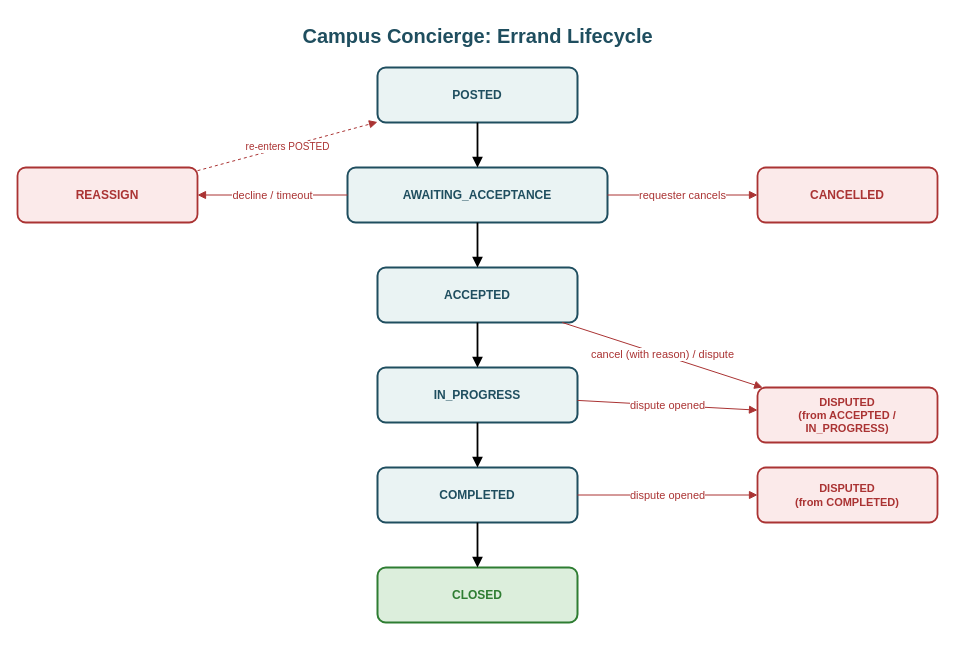
Earlier version of the draw.io diagram models/state/errand-lifecycle.drawio (kaelowadingalo1-sys/CampusConcierge-). Source tidied: cells renumbered, new cells numbered last; positions are measured from the earlier drawing's top-left corner, leaving out a move shared by most shapes. Both pictures are drawn from the tidied source at 100%, with x=0, y=0 at pixel (17, 17).
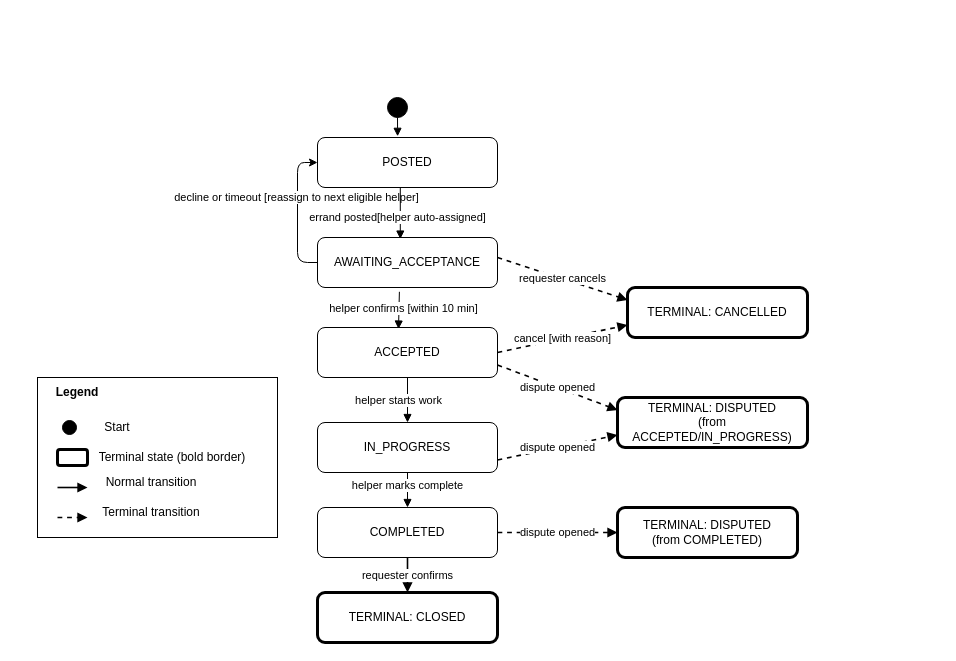
Above is the later version.

Commit message (it also covers changes not shown here):
Lab 3: functional requirements, acceptance criteria, quality scenarios, use case diagram

The edit, as a diff of the source:
```diff
@@
-    <mxCell id="2" value="Campus Concierge: Errand Lifecycle" style="text;html=1;fontSize=20;fontStyle=1;fontColor=#1F4E5F;align=center;" parent="1" vertex="1">
-      <mxGeometry x="240" width="440" height="30" as="geometry" />
-    </mxCell>
-    <mxCell id="3" value="POSTED" style="rounded=1;whiteSpace=wrap;html=1;fillColor=#EAF3F3;strokeColor=#1F4E5F;strokeWidth=2;fontStyle=1;fontColor=#1F4E5F;" parent="1" vertex="1">
-      <mxGeometry x="360" y="50" width="200" height="55" as="geometry" />
+    <mxCell id="3" value="POSTED" style="rounded=1;whiteSpace=wrap;html=1;" parent="1" vertex="1">
+      <mxGeometry x="300" y="120" width="180" height="50" as="geometry" />
     </mxCell>
+    <mxCell id="24" style="edgeStyle=orthogonalEdgeStyle;shape=wire;rounded=1;jettySize=auto;html=1;exitX=0;exitY=0.5;exitDx=0;exitDy=0;entryX=0;entryY=0.5;entryDx=0;entryDy=0;dashed=1;strokeColor=default;align=center;verticalAlign=middle;fontFamily=Helvetica;fontSize=11;fontColor=default;labelBackgroundColor=default;endArrow=classic;endFill=1;curved=0;" parent="1" edge="1" source="4" target="3">
+      <mxGeometry relative="1" as="geometry">
+        <Array as="points">
+          <mxPoint x="280" y="245" />
+          <mxPoint x="280" y="145" />
+        </Array>
+      </mxGeometry>
+    </mxCell>
+    <mxCell id="25" value="decline or timeout [reassign to next eligible helper]" style="edgeLabel;html=1;align=center;verticalAlign=middle;fontFamily=Helvetica;fontSize=11;fontColor=default;labelBackgroundColor=default;" parent="24" vertex="1">
+      <mxGeometry x="0.23" y="2" relative="1" as="geometry" />
+    </mxCell>
-    <mxCell id="4" value="AWAITING_ACCEPTANCE" style="rounded=1;whiteSpace=wrap;html=1;fillColor=#EAF3F3;strokeColor=#1F4E5F;strokeWidth=2;fontStyle=1;fontColor=#1F4E5F;" parent="1" vertex="1">
-      <mxGeometry x="330" y="150" width="260" height="55" as="geometry" />
+    <mxCell id="4" value="AWAITING_ACCEPTANCE" style="rounded=1;whiteSpace=wrap;html=1;" parent="1" vertex="1">
+      <mxGeometry x="300" y="220" width="180" height="50" as="geometry" />
     </mxCell>
-    <mxCell id="5" value="ACCEPTED" style="rounded=1;whiteSpace=wrap;html=1;fillColor=#EAF3F3;strokeColor=#1F4E5F;strokeWidth=2;fontStyle=1;fontColor=#1F4E5F;" parent="1" vertex="1">
-      <mxGeometry x="360" y="250" width="200" height="55" as="geometry" />
+    <mxCell id="5" value="ACCEPTED" style="rounded=1;whiteSpace=wrap;html=1;" parent="1" vertex="1">
+      <mxGeometry x="300" y="310" width="180" height="50" as="geometry" />
     </mxCell>
+    <mxCell id="7" value="COMPLETED" style="rounded=1;whiteSpace=wrap;html=1;" parent="1" vertex="1">
+      <mxGeometry x="300" y="490" width="180" height="50" as="geometry" />
+    </mxCell>
-    <mxCell id="6" value="IN_PROGRESS" style="rounded=1;whiteSpace=wrap;html=1;fillColor=#EAF3F3;strokeColor=#1F4E5F;strokeWidth=2;fontStyle=1;fontColor=#1F4E5F;" parent="1" vertex="1">
-      <mxGeometry x="360" y="350" width="200" height="55" as="geometry" />
+    <mxCell id="6" value="IN_PROGRESS" style="rounded=1;whiteSpace=wrap;html=1;" parent="1" vertex="1">
+      <mxGeometry x="300" y="405" width="180" height="50" as="geometry" />
     </mxCell>
-    <mxCell id="7" value="COMPLETED" style="rounded=1;whiteSpace=wrap;html=1;fillColor=#EAF3F3;strokeColor=#1F4E5F;strokeWidth=2;fontStyle=1;fontColor=#1F4E5F;" parent="1" vertex="1">
-      <mxGeometry x="360" y="450" width="200" height="55" as="geometry" />
-    </mxCell>
-    <mxCell id="8" value="CLOSED" style="rounded=1;whiteSpace=wrap;html=1;fillColor=#DCEEDC;strokeColor=#2E7D32;strokeWidth=2;fontStyle=1;fontColor=#2E7D32;" parent="1" vertex="1">
-      <mxGeometry x="360" y="550" width="200" height="55" as="geometry" />
-    </mxCell>
-    <mxCell id="9" value="REASSIGN" style="rounded=1;whiteSpace=wrap;html=1;fillColor=#FBEAEA;strokeColor=#A33;strokeWidth=1.8;fontStyle=1;fontColor=#A33;" parent="1" vertex="1">
-      <mxGeometry y="150" width="180" height="55" as="geometry" />
-    </mxCell>
-    <mxCell id="10" value="CANCELLED" style="rounded=1;whiteSpace=wrap;html=1;fillColor=#FBEAEA;strokeColor=#A33;strokeWidth=1.8;fontStyle=1;fontColor=#A33;" parent="1" vertex="1">
-      <mxGeometry x="740" y="150" width="180" height="55" as="geometry" />
-    </mxCell>
-    <mxCell id="11" value="DISPUTED&#10;(from ACCEPTED / IN_PROGRESS)" style="rounded=1;whiteSpace=wrap;html=1;fillColor=#FBEAEA;strokeColor=#A33;strokeWidth=1.8;fontStyle=1;fontColor=#A33;fontSize=11;" parent="1" vertex="1">
-      <mxGeometry x="740" y="370" width="180" height="55" as="geometry" />
-    </mxCell>
-    <mxCell id="12" value="DISPUTED&#10;(from COMPLETED)" style="rounded=1;whiteSpace=wrap;html=1;fillColor=#FBEAEA;strokeColor=#A33;strokeWidth=1.8;fontStyle=1;fontColor=#A33;fontSize=11;" parent="1" vertex="1">
-      <mxGeometry x="740" y="450" width="180" height="55" as="geometry" />
-    </mxCell>
+    <mxCell id="26" style="ellipse;whiteSpace=wrap;html=1;fillColor=#000000;strokeColor=#000000;" parent="1" vertex="1">
+      <mxGeometry x="370" y="80" width="20" height="20" as="geometry" />
+    </mxCell>
+    <mxCell id="27" style="edgeStyle=orthogonalEdgeStyle;shape=wire;rounded=0;orthogonalLoop=1;jettySize=auto;html=1;innerLoopWaypoints=1;exitX=1;exitY=0;exitDx=0;exitDy=0;entryX=1;entryY=1;entryDx=0;entryDy=0;dashed=1;strokeColor=default;align=center;verticalAlign=middle;fontFamily=Helvetica;fontSize=11;fontColor=default;labelBackgroundColor=default;endArrow=none;endFill=0;" parent="1" edge="1" source="26" target="26">
+      <mxGeometry relative="1" as="geometry" />
+    </mxCell>
+    <mxCell id="28" style="edgeStyle=none;shape=wire;rounded=0;jettySize=auto;html=1;exitX=0.5;exitY=1;exitDx=0;exitDy=0;entryX=0.445;entryY=-0.024;entryDx=0;entryDy=0;entryPerimeter=0;dashed=1;strokeColor=default;align=center;verticalAlign=middle;fontFamily=Helvetica;fontSize=11;fontColor=default;labelBackgroundColor=default;endArrow=block;endFill=1;" parent="1" edge="1" source="26" target="3">
+      <mxGeometry relative="1" as="geometry" />
+    </mxCell>
-    <mxCell id="13" style="edgeStyle=none;html=1;endArrow=block;strokeWidth=1.8;" parent="1" edge="1" source="3" target="4">
+    <mxCell id="13" style="edgeStyle=none;shape=wire;rounded=0;jettySize=auto;html=1;exitX=0.46;exitY=0.995;exitDx=0;exitDy=0;entryX=0.46;entryY=0.031;entryDx=0;entryDy=0;entryPerimeter=0;dashed=1;strokeColor=default;align=center;verticalAlign=middle;fontFamily=Helvetica;fontSize=11;fontColor=default;labelBackgroundColor=default;endArrow=block;endFill=1;exitPerimeter=0;" parent="1" edge="1" source="3" target="4">
       <mxGeometry relative="1" as="geometry" />
     </mxCell>
+    <mxCell id="29" value="errand posted[helper auto-assigned]" style="edgeLabel;html=1;align=center;verticalAlign=middle;fontFamily=Helvetica;fontSize=11;fontColor=default;labelBackgroundColor=default;" parent="13" vertex="1">
+      <mxGeometry x="-0.18" y="-3" relative="1" as="geometry">
+        <mxPoint y="9" as="offset" />
+      </mxGeometry>
+    </mxCell>
-    <mxCell id="14" style="edgeStyle=none;html=1;endArrow=block;strokeWidth=1.8;" parent="1" edge="1" source="4" target="5">
+    <mxCell id="14" style="edgeStyle=none;shape=wire;rounded=0;jettySize=auto;html=1;exitX=0.455;exitY=1.086;exitDx=0;exitDy=0;entryX=0.45;entryY=0.031;entryDx=0;entryDy=0;entryPerimeter=0;dashed=1;strokeColor=default;align=center;verticalAlign=middle;fontFamily=Helvetica;fontSize=11;fontColor=default;labelBackgroundColor=default;endArrow=block;endFill=1;exitPerimeter=0;" parent="1" edge="1" source="4" target="5">
       <mxGeometry relative="1" as="geometry" />
     </mxCell>
+    <mxCell id="30" value="helper confirms [within 10 min]" style="edgeLabel;html=1;align=center;verticalAlign=middle;fontFamily=Helvetica;fontSize=11;fontColor=default;labelBackgroundColor=default;" parent="14" vertex="1">
+      <mxGeometry x="-0.12" y="4" relative="1" as="geometry" />
+    </mxCell>
-    <mxCell id="15" style="edgeStyle=none;html=1;endArrow=block;strokeWidth=1.8;" parent="1" edge="1" source="5" target="6">
+    <mxCell id="15" style="edgeStyle=none;shape=wire;rounded=0;jettySize=auto;html=1;entryX=0.5;entryY=0;entryDx=0;entryDy=0;dashed=1;strokeColor=default;align=center;verticalAlign=middle;fontFamily=Helvetica;fontSize=11;fontColor=default;labelBackgroundColor=default;endArrow=block;endFill=1;" parent="1" edge="1" source="5" target="6">
       <mxGeometry relative="1" as="geometry" />
     </mxCell>
+    <mxCell id="31" value="helper starts work" style="edgeLabel;html=1;align=center;verticalAlign=middle;fontFamily=Helvetica;fontSize=11;fontColor=default;labelBackgroundColor=default;" parent="15" vertex="1">
+      <mxGeometry x="-0.42" y="1" relative="1" as="geometry">
+        <mxPoint x="-11" y="9" as="offset" />
+      </mxGeometry>
+    </mxCell>
-    <mxCell id="16" style="edgeStyle=none;html=1;endArrow=block;strokeWidth=1.8;" parent="1" edge="1" source="6" target="7">
+    <mxCell id="16" style="edgeStyle=none;shape=wire;rounded=0;jettySize=auto;html=1;exitX=0.5;exitY=1;exitDx=0;exitDy=0;entryX=0.5;entryY=0;entryDx=0;entryDy=0;dashed=1;strokeColor=default;align=center;verticalAlign=middle;fontFamily=Helvetica;fontSize=11;fontColor=default;labelBackgroundColor=default;endArrow=block;endFill=1;" parent="1" edge="1" source="6" target="7">
       <mxGeometry relative="1" as="geometry" />
     </mxCell>
-    <mxCell id="17" style="edgeStyle=none;html=1;endArrow=block;strokeWidth=1.8;" parent="1" edge="1" source="7" target="8">
-      <mxGeometry relative="1" as="geometry" />
-    </mxCell>
-    <mxCell id="18" value="decline / timeout" style="edgeStyle=none;html=1;endArrow=block;strokeColor=#A33;fontColor=#A33;fontSize=11;" parent="1" edge="1" source="4" target="9">
-      <mxGeometry relative="1" as="geometry" />
-    </mxCell>
-    <mxCell id="19" value="re-enters POSTED" style="edgeStyle=none;html=1;endArrow=block;strokeColor=#A33;fontColor=#A33;fontSize=10;dashed=1;" parent="1" edge="1" source="9" target="3">
-      <mxGeometry relative="1" as="geometry" />
-    </mxCell>
+    <mxCell id="32" value="helper marks complete" style="edgeLabel;html=1;align=center;verticalAlign=middle;fontFamily=Helvetica;fontSize=11;fontColor=default;labelBackgroundColor=default;" parent="16" vertex="1">
+      <mxGeometry x="-0.3" y="-1" relative="1" as="geometry" />
+    </mxCell>
-    <mxCell id="20" value="requester cancels" style="edgeStyle=none;html=1;endArrow=block;strokeColor=#A33;fontColor=#A33;fontSize=11;" parent="1" edge="1" source="4" target="10">
-      <mxGeometry relative="1" as="geometry" />
+    <mxCell id="20" value="requester cancels" style="edgeStyle=none;html=1;endArrow=block;strokeWidth=1.6;strokeColor=#000000;fontSize=11;dashed=1;entryX=0;entryY=0.25;entryDx=0;entryDy=0;" parent="1" edge="1" target="38">
+      <mxGeometry relative="1" as="geometry">
+        <mxPoint x="480" y="240" as="sourcePoint" />
+      </mxGeometry>
     </mxCell>
-    <mxCell id="21" value="cancel (with reason) / dispute" style="edgeStyle=none;html=1;endArrow=block;strokeColor=#A33;fontColor=#A33;fontSize=11;" parent="1" edge="1" source="5" target="11">
-      <mxGeometry relative="1" as="geometry" />
-    </mxCell>
-    <mxCell id="22" value="dispute opened" style="edgeStyle=none;html=1;endArrow=block;strokeColor=#A33;fontColor=#A33;fontSize=11;" parent="1" edge="1" source="6" target="11">
-      <mxGeometry relative="1" as="geometry" />
-    </mxCell>
-    <mxCell id="23" value="dispute opened" style="edgeStyle=none;html=1;endArrow=block;strokeColor=#A33;fontColor=#A33;fontSize=11;" parent="1" edge="1" source="7" target="12">
-      <mxGeometry relative="1" as="geometry" />
-    </mxCell>
+    <mxCell id="33" value="cancel [with reason]" style="edgeStyle=none;html=1;endArrow=block;strokeWidth=1.6;strokeColor=#000000;fontSize=11;dashed=1;exitX=1;exitY=0.5;exitDx=0;exitDy=0;entryX=0;entryY=0.75;entryDx=0;entryDy=0;" parent="1" edge="1" source="5" target="38">
+      <mxGeometry relative="1" as="geometry" />
+    </mxCell>
+    <mxCell id="34" value="dispute opened" style="edgeStyle=none;html=1;endArrow=block;strokeWidth=1.6;strokeColor=#000000;fontSize=11;dashed=1;exitX=1;exitY=0.75;exitDx=0;exitDy=0;entryX=0;entryY=0.25;entryDx=0;entryDy=0;" parent="1" edge="1" source="5" target="39">
+      <mxGeometry relative="1" as="geometry" />
+    </mxCell>
+    <mxCell id="35" value="dispute opened" style="edgeStyle=none;html=1;endArrow=block;strokeWidth=1.6;strokeColor=#000000;fontSize=11;dashed=1;exitX=1;exitY=0.75;exitDx=0;exitDy=0;entryX=0;entryY=0.75;entryDx=0;entryDy=0;" parent="1" edge="1" source="6" target="39">
+      <mxGeometry relative="1" as="geometry" />
+    </mxCell>
+    <mxCell id="36" value="dispute opened" style="edgeStyle=none;html=1;endArrow=block;strokeWidth=1.6;strokeColor=#000000;fontSize=11;dashed=1;exitX=1;exitY=0.5;exitDx=0;exitDy=0;entryX=0;entryY=0.5;entryDx=0;entryDy=0;" parent="1" edge="1" source="7" target="40">
+      <mxGeometry relative="1" as="geometry" />
+    </mxCell>
+    <mxCell id="37" value="requester confirms" style="edgeStyle=none;html=1;endArrow=block;strokeWidth=1.6;strokeColor=#000000;fontSize=11;exitX=0.5;exitY=1;exitDx=0;exitDy=0;entryX=0.5;entryY=0;entryDx=0;entryDy=0;" parent="1" edge="1" source="7" target="41">
+      <mxGeometry relative="1" as="geometry" />
+    </mxCell>
+    <mxCell id="38" value="TERMINAL: CANCELLED" style="rounded=1;whiteSpace=wrap;html=1;strokeWidth=3;" parent="1" vertex="1">
+      <mxGeometry x="610" y="270" width="180" height="50" as="geometry" />
+    </mxCell>
+    <mxCell id="39" value="TERMINAL: DISPUTED&lt;div&gt;(from ACCEPTED/IN_PROGRESS)&lt;/div&gt;" style="rounded=1;whiteSpace=wrap;html=1;strokeWidth=3;" parent="1" vertex="1">
+      <mxGeometry x="600" y="380" width="190" height="50" as="geometry" />
+    </mxCell>
+    <mxCell id="40" value="TERMINAL: DISPUTED&lt;div&gt;(from COMPLETED)&lt;/div&gt;" style="rounded=1;whiteSpace=wrap;html=1;strokeWidth=3;" parent="1" vertex="1">
+      <mxGeometry x="600" y="490" width="180" height="50" as="geometry" />
+    </mxCell>
+    <mxCell id="41" value="TERMINAL: CLOSED" style="rounded=1;whiteSpace=wrap;html=1;strokeWidth=3;" parent="1" vertex="1">
+      <mxGeometry x="300" y="575" width="180" height="50" as="geometry" />
+    </mxCell>
+    <mxCell id="42" style="group;" parent="1" vertex="1">
+      <mxGeometry x="20" y="360" width="240" height="160" as="geometry" />
+    </mxCell>
+    <mxCell id="43" style="whiteSpace=wrap;html=1;" parent="42" vertex="1">
+      <mxGeometry width="240" height="160" as="geometry" />
+    </mxCell>
+    <mxCell id="44" value="&lt;b&gt;Legend&lt;/b&gt;" style="text;html=1;whiteSpace=wrap;strokeColor=none;fillColor=none;align=center;verticalAlign=middle;rounded=0;" parent="42" vertex="1">
+      <mxGeometry x="10" width="60" height="30" as="geometry" />
+    </mxCell>
+    <mxCell id="45" value="Start" style="text;html=1;whiteSpace=wrap;strokeColor=none;fillColor=none;align=center;verticalAlign=middle;rounded=0;" parent="42" vertex="1">
+      <mxGeometry x="50" y="35" width="60" height="30" as="geometry" />
+    </mxCell>
+    <mxCell id="46" style="ellipse;fillColor=#000000;strokeColor=#000000;" parent="42" vertex="1">
+      <mxGeometry x="25" y="43" width="14" height="14" as="geometry" />
+    </mxCell>
+    <mxCell id="47" style="rounded=1;fillColor=#FFFFFF;strokeColor=#000000;strokeWidth=3;" parent="42" vertex="1">
+      <mxGeometry x="20" y="72" width="30" height="16" as="geometry" />
+    </mxCell>
+    <mxCell id="48" value="Terminal state (bold border)" style="text;html=1;whiteSpace=wrap;strokeColor=none;fillColor=none;align=center;verticalAlign=middle;rounded=0;" parent="42" vertex="1">
+      <mxGeometry x="60" y="65" width="150" height="30" as="geometry" />
+    </mxCell>
+    <mxCell id="49" value="Normal transition" style="text;html=1;whiteSpace=wrap;strokeColor=none;fillColor=none;align=center;verticalAlign=middle;rounded=0;" parent="42" vertex="1">
+      <mxGeometry x="39" y="90" width="150" height="30" as="geometry" />
+    </mxCell>
+    <mxCell id="50" value="Terminal transition" style="text;html=1;whiteSpace=wrap;strokeColor=none;fillColor=none;align=center;verticalAlign=middle;rounded=0;" parent="42" vertex="1">
+      <mxGeometry x="39" y="120" width="150" height="30" as="geometry" />
+    </mxCell>
+    <mxCell id="51" style="edgeStyle=none;html=1;endArrow=block;strokeWidth=1.6;strokeColor=#000000;" parent="42" edge="1">
+      <mxGeometry x="55" y="530" relative="1" as="geometry">
+        <mxPoint x="20" y="110" as="sourcePoint" />
+        <mxPoint x="50" y="110" as="targetPoint" />
+      </mxGeometry>
+    </mxCell>
+    <mxCell id="52" style="edgeStyle=none;html=1;endArrow=block;strokeWidth=1.6;strokeColor=#000000;dashed=1;" parent="42" edge="1">
+      <mxGeometry x="55" y="556" relative="1" as="geometry">
+        <mxPoint x="20" y="140" as="sourcePoint" />
+        <mxPoint x="50" y="140" as="targetPoint" />
+      </mxGeometry>
+    </mxCell>
```
